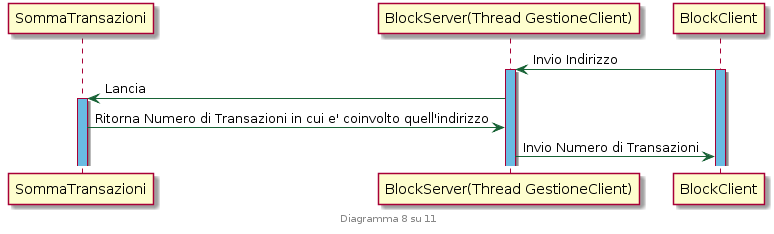
antdimarino/Computer-Networks-BlockChain keeps this PlantUML diagram as SequenceDiagram/schema9.png. Above is the earlier version.
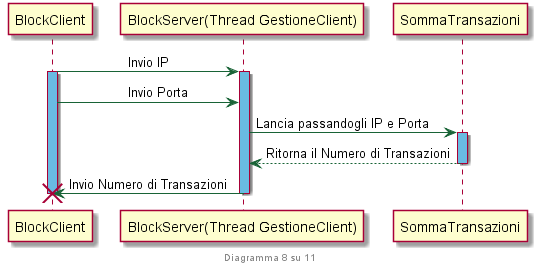
Above is the later version.

Change to the diagram source:
```diff
@@ -4,20 +4,21 @@
 }
 
 footer Diagramma 8 su 11
+participant	BlockClient
+participant	"BlockServer(Thread GestioneClient)"
+participant	SommaTransazioni
 
-participant	SommaTransazioni
-participant	"BlockServer(Thread GestioneClient)"
-participant	BlockClient
 
-BlockClient->"BlockServer(Thread GestioneClient)": Invio Indirizzo
+BlockClient->"BlockServer(Thread GestioneClient)": \t\tInvio IP
 activate BlockClient #69bbe2
 activate "BlockServer(Thread GestioneClient)" #69bbe2
+BlockClient->"BlockServer(Thread GestioneClient)": \t\tInvio Porta
 
-"BlockServer(Thread GestioneClient)" -> SommaTransazioni: Lancia
+"BlockServer(Thread GestioneClient)" -> SommaTransazioni: Lancia passandogli IP e Porta
 activate SommaTransazioni #69bbe2
 
-SommaTransazioni->"BlockServer(Thread GestioneClient)": Ritorna Numero di Transazioni in cui e' coinvolto quell'indirizzo
-
-"BlockServer(Thread GestioneClient)"->BlockClient: Invio Numero di Transazioni
-
+SommaTransazioni-->"BlockServer(Thread GestioneClient)": Ritorna il Numero di Transazioni
+deactivate SommaTransazioni
+"BlockServer(Thread GestioneClient)"->BlockClient !!: Invio Numero di Transazioni
+deactivate "BlockServer(Thread GestioneClient)"
 @enduml
```
